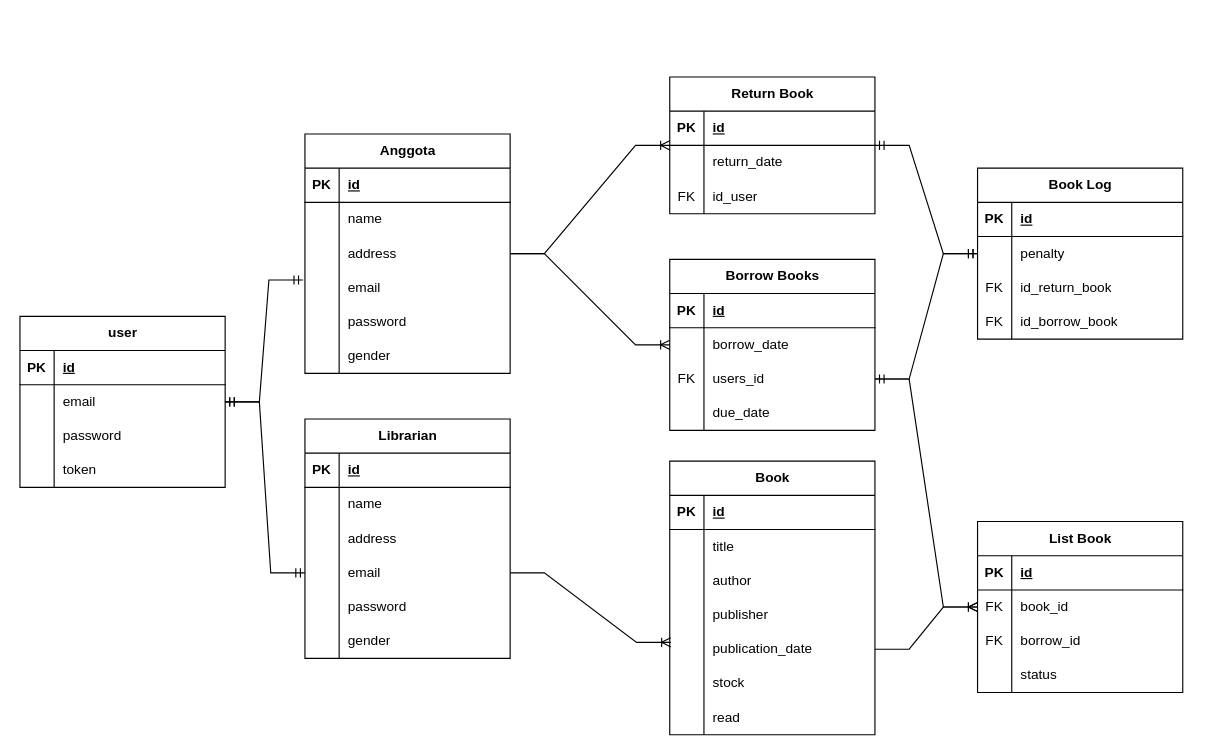
Syaal/library keeps this draw.io diagram as page "Entity" (1 of 3) of Diagram Tanpa Judul.drawio. Above is the earlier version. Source tidied: cells renumbered, new cells numbered last; positions are measured from the earlier drawing's top-left corner, leaving out a move shared by most shapes. Both pictures are drawn from the tidied source at 114%, with x=0, y=0 at pixel (19, 76).
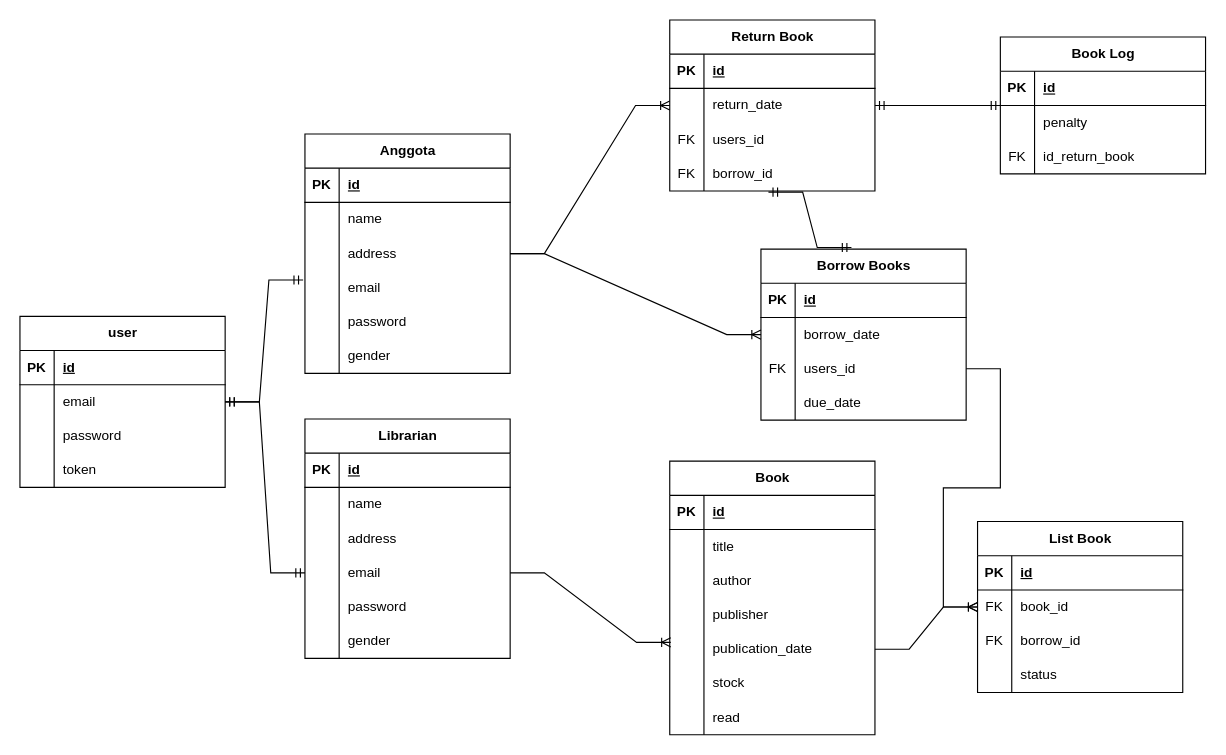
After the change.

Commit message:
Perubahan entity

The change refers to these unchanged cells:
```xml
<mxCell id="50" style="shape=tableRow;horizontal=0;startSize=0;swimlaneHead=0;swimlaneBody=0;fillColor=none;points=[[0,0.5],[1,0.5]];portConstraint=eastwest;top=0;left=0;right=0;bottom=0;" parent="43" vertex="1">
  <mxGeometry y="90" width="180" height="30" as="geometry" />
</mxCell>
<mxCell id="64" style="shape=tableRow;horizontal=0;startSize=0;swimlaneHead=0;swimlaneBody=0;fillColor=none;top=0;left=0;right=0;bottom=0;" parent="57" vertex="1">
  <mxGeometry y="90" width="180" height="30" as="geometry" />
</mxCell>
```

What changed in the source:
```diff
@@
     <mxCell id="43" value="Borrow Books" style="shape=table;startSize=30;childLayout=tableLayout;rowLines=0;fontStyle=1;align=center;html=1;" parent="1" vertex="1">
-      <mxGeometry x="570" y="160" width="180" height="150" as="geometry" />
+      <mxGeometry x="650" y="151" width="180" height="150" as="geometry" />
     </mxCell>
@@
     <mxCell id="57" value="Return Book" style="shape=table;startSize=30;childLayout=tableLayout;rowLines=0;fontStyle=1;align=center;html=1;" parent="1" vertex="1">
-      <mxGeometry x="570" width="180" height="120" as="geometry" />
+      <mxGeometry x="570" y="-50" width="180" height="150" as="geometry" />
     </mxCell>
@@
-    <mxCell id="66" value="id_user" style="shape=partialRectangle;fillColor=none;top=0;left=0;bottom=0;right=0;align=left;spacingLeft=6;overflow=hidden;whiteSpace=wrap;html=1;" parent="64" vertex="1">
+    <mxCell id="66" value="users_id" style="shape=partialRectangle;fillColor=none;top=0;left=0;bottom=0;right=0;align=left;spacingLeft=6;overflow=hidden;whiteSpace=wrap;html=1;" parent="64" vertex="1">
       <mxGeometry x="30" width="150" height="30" as="geometry" />
     </mxCell>
+    <mxCell id="77" style="shape=tableRow;horizontal=0;startSize=0;swimlaneHead=0;swimlaneBody=0;fillColor=none;points=[[0,0.5],[1,0.5]];portConstraint=eastwest;top=0;left=0;right=0;bottom=0;" parent="57" vertex="1">
+      <mxGeometry y="120" width="180" height="30" as="geometry" />
+    </mxCell>
+    <mxCell id="78" value="FK" style="shape=partialRectangle;fillColor=none;top=0;left=0;bottom=0;right=0;overflow=hidden;whiteSpace=wrap;html=1;" parent="77" vertex="1">
+      <mxGeometry width="30" height="30" as="geometry" />
+    </mxCell>
+    <mxCell id="133" value="borrow_id" style="shape=partialRectangle;fillColor=none;top=0;left=0;bottom=0;right=0;align=left;spacingLeft=6;overflow=hidden;whiteSpace=wrap;html=1;" parent="77" vertex="1">
+      <mxGeometry x="30" width="150" height="30" as="geometry" />
+    </mxCell>
     <mxCell id="67" value="Book Log" style="shape=table;startSize=30;childLayout=tableLayout;rowLines=0;fontStyle=1;align=center;html=1;" parent="1" vertex="1">
-      <mxGeometry x="840" y="80" width="180" height="150" as="geometry" />
+      <mxGeometry x="860" y="-35" width="180" height="120" as="geometry" />
     </mxCell>
@@
-    <mxCell id="77" style="shape=tableRow;horizontal=0;startSize=0;swimlaneHead=0;swimlaneBody=0;fillColor=none;points=[[0,0.5],[1,0.5]];portConstraint=eastwest;top=0;left=0;right=0;bottom=0;" parent="67" vertex="1">
-      <mxGeometry y="120" width="180" height="30" as="geometry" />
-    </mxCell>
-    <mxCell id="78" value="FK" style="shape=partialRectangle;fillColor=none;top=0;left=0;bottom=0;right=0;overflow=hidden;whiteSpace=wrap;html=1;" parent="77" vertex="1">
-      <mxGeometry width="30" height="30" as="geometry" />
-    </mxCell>
-    <mxCell id="79" value="id_borrow_book" style="shape=partialRectangle;fillColor=none;top=0;left=0;bottom=0;right=0;align=left;spacingLeft=6;overflow=hidden;whiteSpace=wrap;html=1;" parent="77" vertex="1">
-      <mxGeometry x="30" width="150" height="30" as="geometry" />
-    </mxCell>
@@
-    <mxCell id="81" style="edgeStyle=entityRelationEdgeStyle;fontSize=12;html=1;endArrow=ERmandOne;startArrow=ERmandOne;rounded=0;" parent="1" edge="1" source="50" target="67">
-      <mxGeometry relative="1" as="geometry" />
-    </mxCell>
@@
+    <mxCell id="134" style="edgeStyle=entityRelationEdgeStyle;fontSize=12;html=1;endArrow=ERmandOne;startArrow=ERmandOne;rounded=0;exitX=0.441;exitY=-0.009;exitDx=0;exitDy=0;exitPerimeter=0;entryX=0.481;entryY=1.033;entryDx=0;entryDy=0;entryPerimeter=0;" parent="1" edge="1" source="43" target="77">
+      <mxGeometry relative="1" as="geometry" />
+    </mxCell>
```
